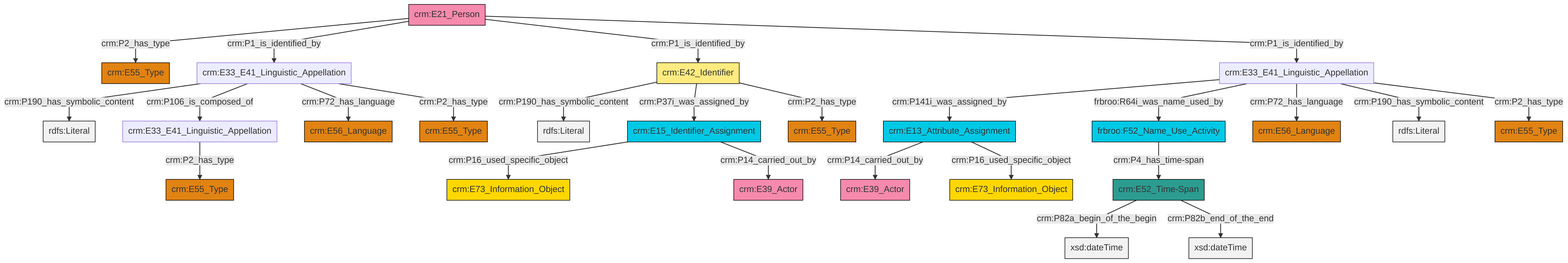
Above: et/personCSV/ttl/mmd/png/Person_Names_and_Classification.png in swiss-art-research-net/docs.swissartresearch (Mermaid), before the change. Its source is kept beside it as et/personCSV/ttl/mmd/Person_Names_and_Classification.ttl.mmd.
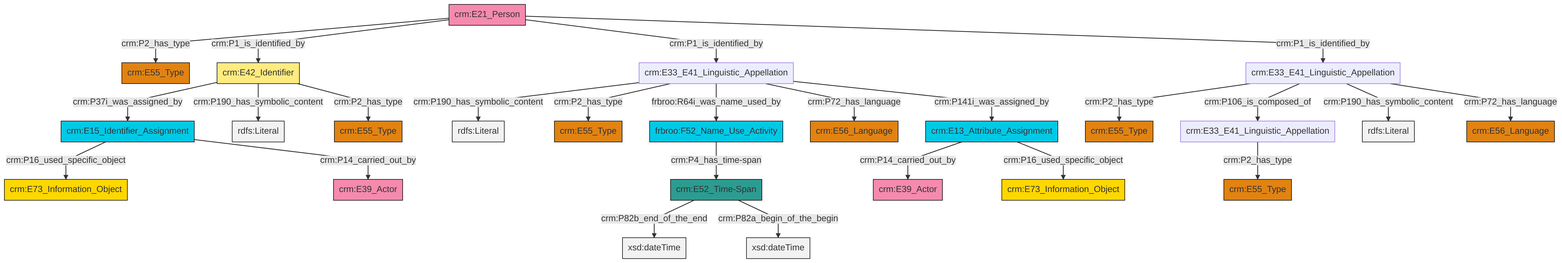
After the commit.

What changed in the source:
```diff
@@ -13,27 +13,27 @@
 classDef PC_Classes fill:#4ce600, stroke:#000000;
 classDef Multi fill:#cccccc,stroke:#000000;
 
-6["crm:E42_Identifier"]:::Appellation -->|crm:P190_has_symbolic_content| 7[rdfs:Literal]:::Literal
-8["crm:E33_E41_Linguistic_Appellation"]:::Default -->|crm:P2_has_type| 9["crm:E55_Type"]:::Type
-12["crm:E13_Attribute_Assignment"]:::Temporal_Entity -->|crm:P14_carried_out_by| 4["crm:E39_Actor"]:::Actor
-12["crm:E13_Attribute_Assignment"]:::Temporal_Entity -->|crm:P16_used_specific_object| 0["crm:E73_Information_Object"]:::Conceptual_Object
-16["crm:E15_Identifier_Assignment"]:::Temporal_Entity -->|crm:P16_used_specific_object| 17["crm:E73_Information_Object"]:::Conceptual_Object
-18["crm:E21_Person"]:::Actor -->|crm:P2_has_type| 19["crm:E55_Type"]:::Type
-18["crm:E21_Person"]:::Actor -->|crm:P1_is_identified_by| 20["crm:E33_E41_Linguistic_Appellation"]:::Default
-20["crm:E33_E41_Linguistic_Appellation"]:::Default -->|crm:P190_has_symbolic_content| 23[rdfs:Literal]:::Literal
-16["crm:E15_Identifier_Assignment"]:::Temporal_Entity -->|crm:P14_carried_out_by| 24["crm:E39_Actor"]:::Actor
-2["crm:E33_E41_Linguistic_Appellation"]:::Default -->|crm:P141i_was_assigned_by| 12["crm:E13_Attribute_Assignment"]:::Temporal_Entity
-2["crm:E33_E41_Linguistic_Appellation"]:::Default -->|frbroo:R64i_was_name_used_by| 10["frbroo:F52_Name_Use_Activity"]:::Temporal_Entity
-2["crm:E33_E41_Linguistic_Appellation"]:::Default -->|crm:P72_has_language| 13["crm:E56_Language"]:::Type
-18["crm:E21_Person"]:::Actor -->|crm:P1_is_identified_by| 6["crm:E42_Identifier"]:::Appellation
-6["crm:E42_Identifier"]:::Appellation -->|crm:P37i_was_assigned_by| 16["crm:E15_Identifier_Assignment"]:::Temporal_Entity
-20["crm:E33_E41_Linguistic_Appellation"]:::Default -->|crm:P106_is_composed_of| 8["crm:E33_E41_Linguistic_Appellation"]:::Default
-21["crm:E52_Time-Span"]:::Time-Span -->|crm:P82a_begin_of_the_begin| 37[xsd:dateTime]:::Literal
-20["crm:E33_E41_Linguistic_Appellation"]:::Default -->|crm:P72_has_language| 32["crm:E56_Language"]:::Type
-18["crm:E21_Person"]:::Actor -->|crm:P1_is_identified_by| 2["crm:E33_E41_Linguistic_Appellation"]:::Default
-2["crm:E33_E41_Linguistic_Appellation"]:::Default -->|crm:P190_has_symbolic_content| 40[rdfs:Literal]:::Literal
-2["crm:E33_E41_Linguistic_Appellation"]:::Default -->|crm:P2_has_type| 42["crm:E55_Type"]:::Type
-6["crm:E42_Identifier"]:::Appellation -->|crm:P2_has_type| 29["crm:E55_Type"]:::Type
-21["crm:E52_Time-Span"]:::Time-Span -->|crm:P82b_end_of_the_end| 44[xsd:dateTime]:::Literal
-10["frbroo:F52_Name_Use_Activity"]:::Temporal_Entity -->|crm:P4_has_time-span| 21["crm:E52_Time-Span"]:::Time-Span
-20["crm:E33_E41_Linguistic_Appellation"]:::Default -->|crm:P2_has_type| 25["crm:E55_Type"]:::Type
+0["crm:E13_Attribute_Assignment"]:::Temporal_Entity -->|crm:P14_carried_out_by| 1["crm:E39_Actor"]:::Actor
+10["frbroo:F52_Name_Use_Activity"]:::Temporal_Entity -->|crm:P4_has_time-span| 11["crm:E52_Time-Span"]:::Time-Span
+11["crm:E52_Time-Span"]:::Time-Span -->|crm:P82b_end_of_the_end| 17[xsd:dateTime]:::Literal
+20["crm:E42_Identifier"]:::Appellation -->|crm:P37i_was_assigned_by| 13["crm:E15_Identifier_Assignment"]:::Temporal_Entity
+27["crm:E33_E41_Linguistic_Appellation"]:::Default -->|crm:P190_has_symbolic_content| 28[rdfs:Literal]:::Literal
+29["crm:E33_E41_Linguistic_Appellation"]:::Default -->|crm:P2_has_type| 8["crm:E55_Type"]:::Type
+11["crm:E52_Time-Span"]:::Time-Span -->|crm:P82a_begin_of_the_begin| 30[xsd:dateTime]:::Literal
+29["crm:E33_E41_Linguistic_Appellation"]:::Default -->|crm:P106_is_composed_of| 18["crm:E33_E41_Linguistic_Appellation"]:::Default
+36["crm:E21_Person"]:::Actor -->|crm:P2_has_type| 6["crm:E55_Type"]:::Type
+13["crm:E15_Identifier_Assignment"]:::Temporal_Entity -->|crm:P16_used_specific_object| 34["crm:E73_Information_Object"]:::Conceptual_Object
+27["crm:E33_E41_Linguistic_Appellation"]:::Default -->|crm:P2_has_type| 2["crm:E55_Type"]:::Type
+18["crm:E33_E41_Linguistic_Appellation"]:::Default -->|crm:P2_has_type| 24["crm:E55_Type"]:::Type
+36["crm:E21_Person"]:::Actor -->|crm:P1_is_identified_by| 20["crm:E42_Identifier"]:::Appellation
+13["crm:E15_Identifier_Assignment"]:::Temporal_Entity -->|crm:P14_carried_out_by| 37["crm:E39_Actor"]:::Actor
+27["crm:E33_E41_Linguistic_Appellation"]:::Default -->|frbroo:R64i_was_name_used_by| 10["frbroo:F52_Name_Use_Activity"]:::Temporal_Entity
+20["crm:E42_Identifier"]:::Appellation -->|crm:P190_has_symbolic_content| 38[rdfs:Literal]:::Literal
+27["crm:E33_E41_Linguistic_Appellation"]:::Default -->|crm:P72_has_language| 22["crm:E56_Language"]:::Type
+27["crm:E33_E41_Linguistic_Appellation"]:::Default -->|crm:P141i_was_assigned_by| 0["crm:E13_Attribute_Assignment"]:::Temporal_Entity
+29["crm:E33_E41_Linguistic_Appellation"]:::Default -->|crm:P190_has_symbolic_content| 41[rdfs:Literal]:::Literal
+20["crm:E42_Identifier"]:::Appellation -->|crm:P2_has_type| 4["crm:E55_Type"]:::Type
+0["crm:E13_Attribute_Assignment"]:::Temporal_Entity -->|crm:P16_used_specific_object| 31["crm:E73_Information_Object"]:::Conceptual_Object
+36["crm:E21_Person"]:::Actor -->|crm:P1_is_identified_by| 27["crm:E33_E41_Linguistic_Appellation"]:::Default
+29["crm:E33_E41_Linguistic_Appellation"]:::Default -->|crm:P72_has_language| 15["crm:E56_Language"]:::Type
+36["crm:E21_Person"]:::Actor -->|crm:P1_is_identified_by| 29["crm:E33_E41_Linguistic_Appellation"]:::Default
```
